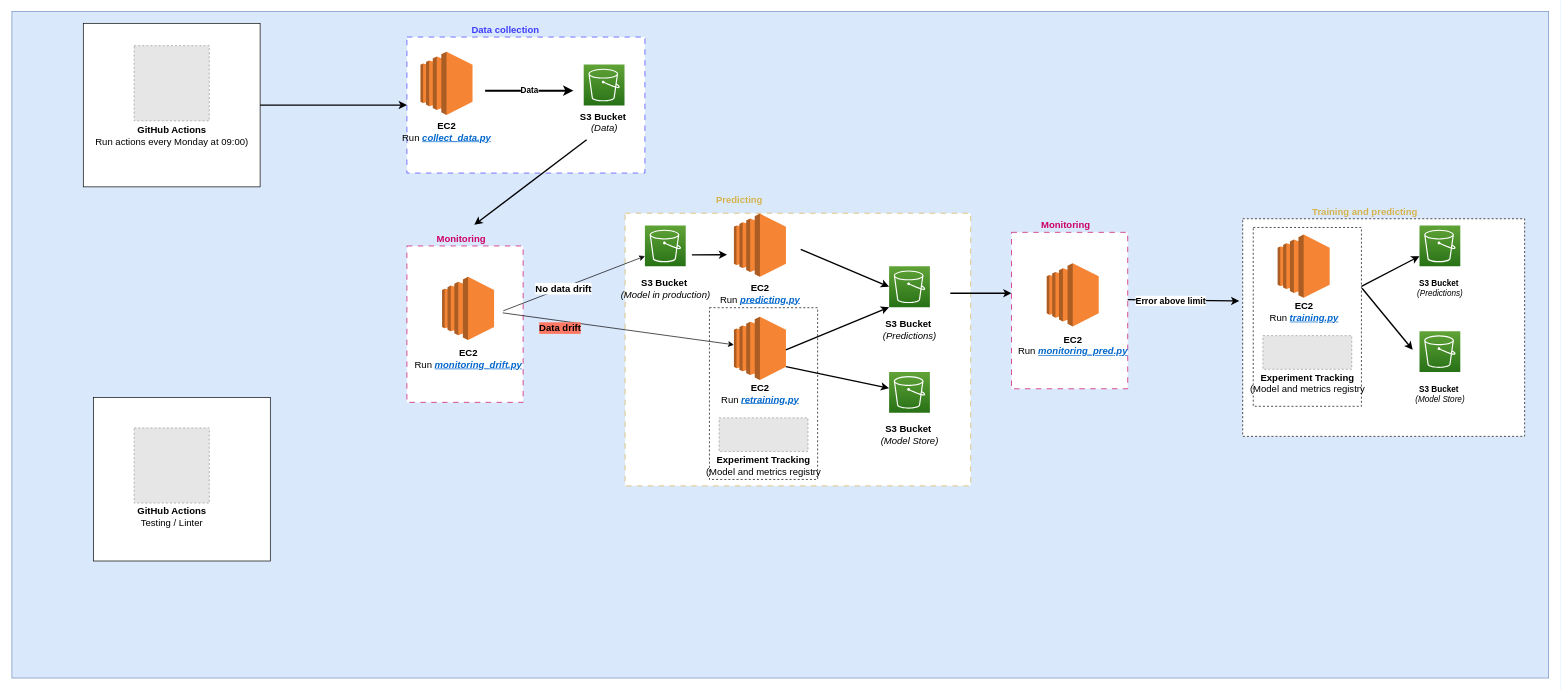
Earlier version of the draw.io diagram page "Second_GitHub_Actions" (2 of 2) of src/architecture.drawio (Nell87/forecasting_fuelprice). Source tidied: cells renumbered, new cells numbered last; positions are measured from the earlier drawing's top-left corner, leaving out a move shared by most shapes. Both pictures are drawn from the tidied source at 68%, with x=0, y=0 at pixel (12, 12). Pictures stored in the file or linked from it are replaced by grey dashed boxes.
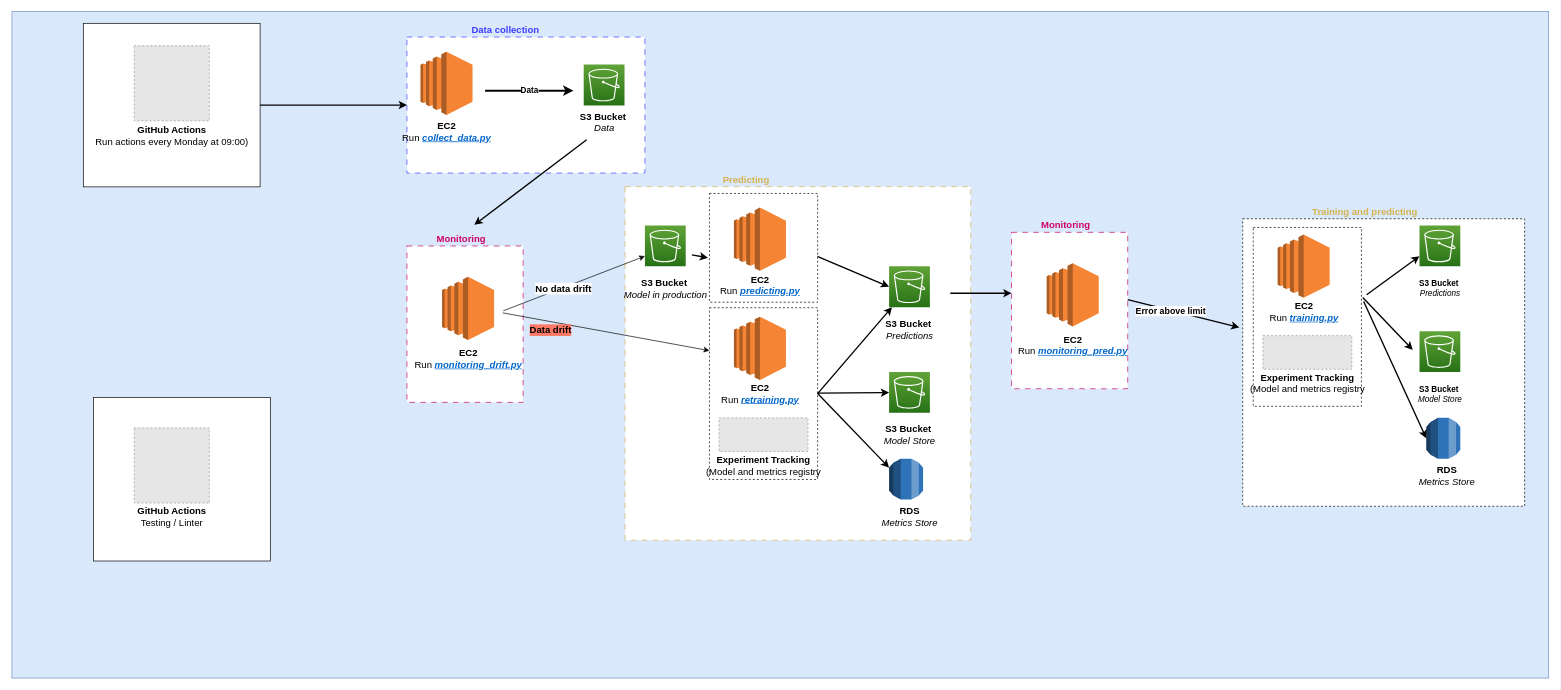
The same page after the edit.

Unchanged cells that the change refers to:
```xml
<mxCell id="4" style="rounded=0;whiteSpace=wrap;html=1;strokeColor=#000000;dashed=1;" parent="1" vertex="1">
  <mxGeometry x="1825.5" y="317" width="159.1" height="263" as="geometry" />
</mxCell>
<mxCell id="7" style="rounded=0;whiteSpace=wrap;html=1;strokeColor=#000000;dashed=1;" parent="1" vertex="1">
  <mxGeometry x="1025.8" y="435" width="159.1" height="252.6" as="geometry" />
</mxCell>
<mxCell id="13" style="sketch=0;points=[[0,0,0],[0.25,0,0],[0.5,0,0],[0.75,0,0],[1,0,0],[0,1,0],[0.25,1,0],[0.5,1,0],[0.75,1,0],[1,1,0],[0,0.25,0],[0,0.5,0],[0,0.75,0],[1,0.25,0],[1,0.5,0],[1,0.75,0]];outlineConnect=0;fontColor=#232F3E;gradientColor=#60A337;gradientDirection=north;fillColor=#277116;strokeColor=#ffffff;dashed=0;verticalLabelPosition=bottom;verticalAlign=top;align=center;html=1;fontSize=12;fontStyle=0;shape=mxgraph.aws4.resourceIcon;resIcon=mxgraph.aws4.s3;" parent="1" vertex="1">
  <mxGeometry x="1290" y="529.6" width="60" height="60" as="geometry" />
</mxCell>
<mxCell id="28" style="outlineConnect=0;dashed=0;verticalLabelPosition=bottom;verticalAlign=top;align=center;html=1;shape=mxgraph.aws3.ec2;fillColor=#F58534;gradientColor=none;" parent="1" vertex="1">
  <mxGeometry x="1061.8" y="448.3" width="76.5" height="93" as="geometry" />
</mxCell>
<mxCell id="33" style="sketch=0;points=[[0,0,0],[0.25,0,0],[0.5,0,0],[0.75,0,0],[1,0,0],[0,1,0],[0.25,1,0],[0.5,1,0],[0.75,1,0],[1,1,0],[0,0.25,0],[0,0.5,0],[0,0.75,0],[1,0.25,0],[1,0.5,0],[1,0.75,0]];outlineConnect=0;fontColor=#232F3E;gradientColor=#60A337;gradientDirection=north;fillColor=#277116;strokeColor=#ffffff;dashed=0;verticalLabelPosition=bottom;verticalAlign=top;align=center;html=1;fontSize=12;fontStyle=0;shape=mxgraph.aws4.resourceIcon;resIcon=mxgraph.aws4.s3;" parent="1" vertex="1">
  <mxGeometry x="1290" y="374.2" width="60" height="60" as="geometry" />
</mxCell>
<mxCell id="57" style="sketch=0;points=[[0,0,0],[0.25,0,0],[0.5,0,0],[0.75,0,0],[1,0,0],[0,1,0],[0.25,1,0],[0.5,1,0],[0.75,1,0],[1,1,0],[0,0.25,0],[0,0.5,0],[0,0.75,0],[1,0.25,0],[1,0.5,0],[1,0.75,0]];outlineConnect=0;fontColor=#232F3E;gradientColor=#60A337;gradientDirection=north;fillColor=#277116;strokeColor=#ffffff;dashed=0;verticalLabelPosition=bottom;verticalAlign=top;align=center;html=1;fontSize=12;fontStyle=0;shape=mxgraph.aws4.resourceIcon;resIcon=mxgraph.aws4.s3;" parent="1" vertex="1">
  <mxGeometry x="2070" y="314.2" width="60" height="60" as="geometry" />
</mxCell>
```

The edit, as a diff of the source:
```diff
@@
     <mxCell id="3" style="rounded=0;whiteSpace=wrap;html=1;strokeColor=#000000;dashed=1;" parent="1" vertex="1">
-      <mxGeometry x="1810" y="304.2" width="414.6" height="320" as="geometry" />
+      <mxGeometry x="1810" y="304.2" width="414.6" height="422.8" as="geometry" />
     </mxCell>
@@
     <mxCell id="6" style="rounded=0;whiteSpace=wrap;html=1;dashed=1;dashPattern=8 8;strokeColor=#D5B34D;" parent="1" vertex="1">
-      <mxGeometry x="901.8" y="296.1" width="508.2" height="400.9" as="geometry" />
+      <mxGeometry x="901.8" y="257" width="508.2" height="520" as="geometry" />
     </mxCell>
@@
-    <mxCell id="10" value="&lt;b style=&quot;font-size: 14px;&quot;&gt;S3 Bucket&amp;nbsp;&lt;/b&gt;&lt;br style=&quot;font-size: 14px;&quot;&gt;&lt;i style=&quot;font-size: 14px;&quot;&gt;(Data)&lt;/i&gt;" style="text;html=1;align=center;verticalAlign=middle;strokeColor=none;fillColor=none;fontSize=14;" parent="1" vertex="1">
+    <mxCell id="10" value="&lt;b style=&quot;font-size: 14px;&quot;&gt;S3 Bucket&amp;nbsp;&lt;/b&gt;&lt;br style=&quot;font-size: 14px;&quot;&gt;&lt;i style=&quot;font-size: 14px;&quot;&gt;Data&lt;/i&gt;" style="text;html=1;align=center;verticalAlign=middle;strokeColor=none;fillColor=none;fontSize=14;" parent="1" vertex="1">
       <mxGeometry x="820.9" y="137" width="100" height="50" as="geometry" />
     </mxCell>
@@
-    <mxCell id="14" value="&lt;b style=&quot;font-size: 14px;&quot;&gt;S3 Bucket&amp;nbsp;&lt;/b&gt;&lt;br style=&quot;font-size: 14px;&quot;&gt;&lt;i style=&quot;font-size: 14px;&quot;&gt;(Model Store)&lt;/i&gt;" style="text;html=1;align=center;verticalAlign=middle;strokeColor=none;fillColor=none;fontSize=14;" parent="1" vertex="1">
-      <mxGeometry x="1265" y="596.8" width="110" height="50" as="geometry" />
+    <mxCell id="14" value="&lt;b style=&quot;font-size: 14px;&quot;&gt;S3 Bucket&amp;nbsp;&lt;/b&gt;&lt;br style=&quot;font-size: 14px;&quot;&gt;&lt;i style=&quot;font-size: 14px;&quot;&gt;Model Store&lt;/i&gt;" style="text;html=1;align=center;verticalAlign=middle;strokeColor=none;fillColor=none;fontSize=14;" parent="1" vertex="1">
+      <mxGeometry x="1270" y="596.8" width="100" height="50" as="geometry" />
     </mxCell>
@@
-    <mxCell id="24" style="endArrow=classic;html=1;rounded=0;" parent="1" edge="1" target="28">
+    <mxCell id="24" style="endArrow=classic;html=1;rounded=0;entryX=0;entryY=0.25;entryDx=0;entryDy=0;" parent="1" edge="1" target="7">
       <mxGeometry relative="1" as="geometry">
         <mxPoint x="721.8" y="442.6" as="sourcePoint" />
       </mxGeometry>
     </mxCell>
@@
-    <mxCell id="26" style="dashed=0;verticalLabelPosition=bottom;verticalAlign=top;align=center;html=1;shape=mxgraph.aws3.ec2;fillColor=#F58534;gradientColor=none;" parent="1" vertex="1">
-      <mxGeometry x="1061.8" y="296.6" width="76.5" height="93" as="geometry" />
-    </mxCell>
-    <mxCell id="27" value="&lt;b style=&quot;font-size: 14px;&quot;&gt;EC2&lt;br style=&quot;font-size: 14px;&quot;&gt;&lt;/b&gt;Run &lt;font color=&quot;#0066cc&quot; style=&quot;font-size: 14px;&quot;&gt;&lt;b style=&quot;font-size: 14px;&quot;&gt;&lt;i style=&quot;font-size: 14px;&quot;&gt;&lt;u style=&quot;font-size: 14px;&quot;&gt;predicting&lt;/u&gt;&lt;/i&gt;&lt;/b&gt;&lt;/font&gt;&lt;font style=&quot;font-size: 14px;&quot; color=&quot;#0066cc&quot;&gt;&lt;b style=&quot;font-size: 14px;&quot;&gt;&lt;i style=&quot;font-size: 14px;&quot;&gt;&lt;u style=&quot;font-size: 14px;&quot;&gt;.p&lt;/u&gt;&lt;/i&gt;&lt;i style=&quot;text-decoration-line: underline; font-size: 14px;&quot;&gt;y&lt;/i&gt;&lt;/b&gt;&lt;/font&gt;" style="text;html=1;align=center;verticalAlign=middle;strokeColor=none;fillColor=none;fontSize=14;" parent="1" vertex="1">
-      <mxGeometry x="1030" y="389.4" width="140" height="50" as="geometry" />
-    </mxCell>
@@
-    <mxCell id="31" value="&lt;b style=&quot;font-size: 14px;&quot;&gt;S3 Bucket&amp;nbsp;&lt;/b&gt;&lt;br style=&quot;font-size: 14px;&quot;&gt;&lt;i style=&quot;font-size: 14px;&quot;&gt;(Model in production)&lt;/i&gt;" style="text;html=1;align=center;verticalAlign=middle;strokeColor=none;fillColor=none;fontSize=14;" parent="1" vertex="1">
-      <mxGeometry x="880.9" y="382" width="160" height="50" as="geometry" />
+    <mxCell id="31" value="&lt;b style=&quot;font-size: 14px;&quot;&gt;S3 Bucket&amp;nbsp;&lt;/b&gt;&lt;br style=&quot;font-size: 14px;&quot;&gt;&lt;i style=&quot;font-size: 14px;&quot;&gt;Model in production&lt;/i&gt;" style="text;html=1;align=center;verticalAlign=middle;strokeColor=none;fillColor=none;fontSize=14;" parent="1" vertex="1">
+      <mxGeometry x="885.9" y="382" width="150" height="50" as="geometry" />
     </mxCell>
@@
-    <mxCell id="34" value="&lt;b style=&quot;font-size: 14px;&quot;&gt;S3 Bucket&amp;nbsp;&lt;/b&gt;&lt;br style=&quot;font-size: 14px;&quot;&gt;&lt;i style=&quot;font-size: 14px;&quot;&gt;(Predictions)&lt;/i&gt;" style="text;html=1;align=center;verticalAlign=middle;strokeColor=none;fillColor=none;fontSize=14;" parent="1" vertex="1">
+    <mxCell id="34" value="&lt;b style=&quot;font-size: 14px;&quot;&gt;S3 Bucket&amp;nbsp;&lt;/b&gt;&lt;br style=&quot;font-size: 14px;&quot;&gt;&lt;i style=&quot;font-size: 14px;&quot;&gt;Predictions&lt;/i&gt;" style="text;html=1;align=center;verticalAlign=middle;strokeColor=none;fillColor=none;fontSize=14;" parent="1" vertex="1">
       <mxGeometry x="1270" y="442" width="100" height="50" as="geometry" />
     </mxCell>
-    <mxCell id="35" style="endArrow=classic;html=1;rounded=0;strokeWidth=2;entryX=0;entryY=1;entryDx=0;entryDy=0;entryPerimeter=0;" parent="1" edge="1" target="33">
-      <mxGeometry relative="1" as="geometry">
-        <mxPoint x="1138.2" y="497" as="sourcePoint" />
-      </mxGeometry>
+    <mxCell id="35" style="endArrow=classic;html=1;rounded=0;strokeWidth=2;exitX=1;exitY=0.5;exitDx=0;exitDy=0;" parent="1" edge="1" source="7" target="33">
+      <mxGeometry relative="1" as="geometry" />
     </mxCell>
@@
-    <mxCell id="38" value="&lt;b&gt;&lt;font color=&quot;#d5b34d&quot; style=&quot;font-size: 14px;&quot;&gt;Predicting&lt;/font&gt;&lt;/b&gt;" style="text;html=1;strokeColor=none;fillColor=none;align=center;verticalAlign=middle;whiteSpace=wrap;rounded=0;" parent="1" vertex="1">
-      <mxGeometry x="990" y="267" width="160" height="20" as="geometry" />
-    </mxCell>
@@
-    <mxCell id="40" style="endArrow=classic;html=1;rounded=0;strokeWidth=2;" parent="1" edge="1">
+    <mxCell id="40" style="endArrow=classic;html=1;rounded=0;strokeWidth=2;entryX=-0.014;entryY=0.591;entryDx=0;entryDy=0;entryPerimeter=0;" parent="1" edge="1" target="68">
       <mxGeometry relative="1" as="geometry">
         <mxPoint x="1000" y="357.4" as="sourcePoint" />
-        <mxPoint x="1051.8" y="357" as="targetPoint" />
       </mxGeometry>
     </mxCell>
-    <mxCell id="41" style="endArrow=classic;html=1;rounded=0;strokeWidth=2;exitX=1;exitY=0.79;exitDx=0;exitDy=0;exitPerimeter=0;" parent="1" edge="1" source="28" target="13">
+    <mxCell id="41" style="endArrow=classic;html=1;rounded=0;strokeWidth=2;" parent="1" edge="1" source="7" target="13">
       <mxGeometry relative="1" as="geometry" />
     </mxCell>
@@
-    <mxCell id="56" value="&lt;b&gt;S3 Bucket&amp;nbsp;&lt;/b&gt;&lt;br&gt;&lt;i&gt;(Model Store)&lt;/i&gt;" style="text;html=1;align=center;verticalAlign=middle;strokeColor=none;fillColor=none;" parent="1" vertex="1">
-      <mxGeometry x="2050" y="541.8" width="100" height="40" as="geometry" />
+    <mxCell id="56" value="&lt;b&gt;S3 Bucket&amp;nbsp;&lt;/b&gt;&lt;br&gt;&lt;i&gt;Model Store&lt;/i&gt;" style="text;html=1;align=center;verticalAlign=middle;strokeColor=none;fillColor=none;" parent="1" vertex="1">
+      <mxGeometry x="2055" y="541.8" width="90" height="40" as="geometry" />
     </mxCell>
@@
-    <mxCell id="58" value="&lt;b&gt;S3 Bucket&amp;nbsp;&lt;/b&gt;&lt;br&gt;&lt;i style=&quot;&quot;&gt;(Predictions)&lt;/i&gt;" style="text;html=1;align=center;verticalAlign=middle;strokeColor=none;fillColor=none;" parent="1" vertex="1">
-      <mxGeometry x="2055" y="387" width="90" height="40" as="geometry" />
+    <mxCell id="58" value="&lt;b&gt;S3 Bucket&amp;nbsp;&lt;/b&gt;&lt;br&gt;&lt;i style=&quot;&quot;&gt;Predictions&lt;/i&gt;" style="text;html=1;align=center;verticalAlign=middle;strokeColor=none;fillColor=none;" parent="1" vertex="1">
+      <mxGeometry x="2060" y="387" width="80" height="40" as="geometry" />
     </mxCell>
-    <mxCell id="59" style="endArrow=classic;html=1;rounded=0;strokeWidth=2;entryX=0;entryY=0.75;entryDx=0;entryDy=0;entryPerimeter=0;" parent="1" edge="1" target="57">
-      <mxGeometry relative="1" as="geometry">
-        <mxPoint x="1984.6" y="403.6" as="sourcePoint" />
-      </mxGeometry>
+    <mxCell id="59" style="endArrow=classic;html=1;rounded=0;strokeWidth=2;entryX=0;entryY=0.75;entryDx=0;entryDy=0;entryPerimeter=0;exitX=1.048;exitY=0.376;exitDx=0;exitDy=0;exitPerimeter=0;" parent="1" edge="1" source="4" target="57">
+      <mxGeometry relative="1" as="geometry" />
     </mxCell>
-    <mxCell id="60" style="endArrow=classic;html=1;rounded=0;strokeWidth=2;" parent="1" edge="1">
+    <mxCell id="60" style="endArrow=classic;html=1;rounded=0;strokeWidth=2;exitX=1.012;exitY=0.392;exitDx=0;exitDy=0;exitPerimeter=0;" parent="1" edge="1" source="4">
       <mxGeometry relative="1" as="geometry">
-        <mxPoint x="1985.5" y="406.4" as="sourcePoint" />
         <mxPoint x="2060" y="497" as="targetPoint" />
       </mxGeometry>
     </mxCell>
@@
+    <mxCell id="65" style="outlineConnect=0;dashed=0;verticalLabelPosition=bottom;verticalAlign=top;align=center;html=1;shape=mxgraph.aws3.rds;fillColor=#2E73B8;gradientColor=none;" parent="1" vertex="1">
+      <mxGeometry x="1290" y="657" width="50" height="60.2" as="geometry" />
+    </mxCell>
+    <mxCell id="66" value="&lt;span style=&quot;font-size: 14px;&quot;&gt;&lt;b&gt;RDS&lt;br&gt;&lt;/b&gt;&lt;/span&gt;&lt;i style=&quot;font-size: 14px;&quot;&gt;Metrics Store&lt;br&gt;&lt;/i&gt;" style="text;html=1;align=center;verticalAlign=middle;strokeColor=none;fillColor=none;fontSize=14;" parent="1" vertex="1">
+      <mxGeometry x="1265" y="717.2" width="110" height="50" as="geometry" />
+    </mxCell>
+    <mxCell id="67" style="endArrow=classic;html=1;rounded=0;strokeWidth=2;exitX=1;exitY=0.5;exitDx=0;exitDy=0;entryX=0;entryY=0.22;entryDx=0;entryDy=0;entryPerimeter=0;" parent="1" edge="1" source="7" target="65">
+      <mxGeometry relative="1" as="geometry" />
+    </mxCell>
+    <mxCell id="68" style="rounded=0;whiteSpace=wrap;html=1;strokeColor=#000000;dashed=1;" parent="1" vertex="1">
+      <mxGeometry x="1025.8" y="267" width="159.1" height="160" as="geometry" />
+    </mxCell>
+    <mxCell id="26" style="dashed=0;verticalLabelPosition=bottom;verticalAlign=top;align=center;html=1;shape=mxgraph.aws3.ec2;fillColor=#F58534;gradientColor=none;" parent="1" vertex="1">
+      <mxGeometry x="1061.8" y="287.7" width="76.5" height="93" as="geometry" />
+    </mxCell>
+    <mxCell id="27" value="&lt;b style=&quot;font-size: 14px;&quot;&gt;EC2&lt;br style=&quot;font-size: 14px;&quot;&gt;&lt;/b&gt;Run &lt;font color=&quot;#0066cc&quot; style=&quot;font-size: 14px;&quot;&gt;&lt;b style=&quot;font-size: 14px;&quot;&gt;&lt;i style=&quot;font-size: 14px;&quot;&gt;&lt;u style=&quot;font-size: 14px;&quot;&gt;predicting&lt;/u&gt;&lt;/i&gt;&lt;/b&gt;&lt;/font&gt;&lt;font style=&quot;font-size: 14px;&quot; color=&quot;#0066cc&quot;&gt;&lt;b style=&quot;font-size: 14px;&quot;&gt;&lt;i style=&quot;font-size: 14px;&quot;&gt;&lt;u style=&quot;font-size: 14px;&quot;&gt;.p&lt;/u&gt;&lt;/i&gt;&lt;i style=&quot;text-decoration-line: underline; font-size: 14px;&quot;&gt;y&lt;/i&gt;&lt;/b&gt;&lt;/font&gt;" style="text;html=1;align=center;verticalAlign=middle;strokeColor=none;fillColor=none;fontSize=14;" parent="1" vertex="1">
+      <mxGeometry x="1030" y="377" width="140" height="50" as="geometry" />
+    </mxCell>
+    <mxCell id="38" value="&lt;b&gt;&lt;font color=&quot;#d5b34d&quot; style=&quot;font-size: 14px;&quot;&gt;Predicting&lt;/font&gt;&lt;/b&gt;" style="text;html=1;strokeColor=none;fillColor=none;align=center;verticalAlign=middle;whiteSpace=wrap;rounded=0;" parent="1" vertex="1">
+      <mxGeometry x="1000" y="237.2" width="160" height="20" as="geometry" />
+    </mxCell>
+    <mxCell id="69" style="outlineConnect=0;dashed=0;verticalLabelPosition=bottom;verticalAlign=top;align=center;html=1;shape=mxgraph.aws3.rds;fillColor=#2E73B8;gradientColor=none;" parent="1" vertex="1">
+      <mxGeometry x="2080" y="597" width="50" height="60.2" as="geometry" />
+    </mxCell>
+    <mxCell id="70" value="&lt;span style=&quot;font-size: 14px;&quot;&gt;&lt;b&gt;RDS&lt;br&gt;&lt;/b&gt;&lt;/span&gt;&lt;i style=&quot;font-size: 14px;&quot;&gt;Metrics Store&lt;br&gt;&lt;/i&gt;" style="text;html=1;align=center;verticalAlign=middle;strokeColor=none;fillColor=none;fontSize=14;" parent="1" vertex="1">
+      <mxGeometry x="2055" y="657.2" width="110" height="50" as="geometry" />
+    </mxCell>
+    <mxCell id="71" style="endArrow=classic;html=1;rounded=0;strokeWidth=2;entryX=0;entryY=0.5;entryDx=0;entryDy=0;entryPerimeter=0;exitX=1.021;exitY=0.414;exitDx=0;exitDy=0;exitPerimeter=0;" parent="1" edge="1" source="4" target="69">
+      <mxGeometry relative="1" as="geometry" />
+    </mxCell>
```
